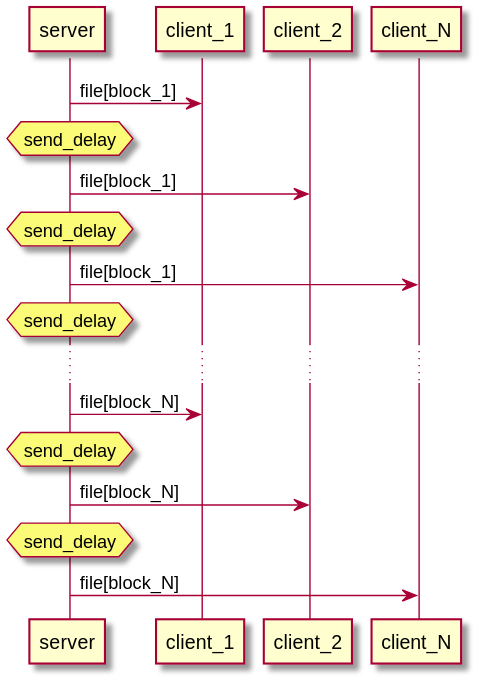
The PlantUML diagram tests/test_szp_meas_report/diagrams/main_test_sequence.svg in NielsDyrberg/szs_soundzone_protocol, before a commit.
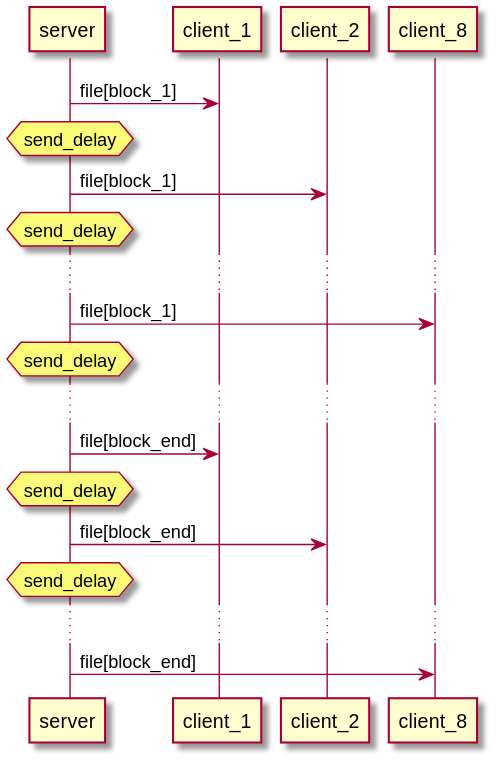
After the commit.

Change to the diagram source:
```diff
@@ -3,12 +3,14 @@
 hnote over server : send_delay
 server -> client_2: file[block_1]
 hnote over server : send_delay
-server -> client_N: file[block_1]
+...
+server -> client_8: file[block_1]
 hnote over server : send_delay
 ...
-server -> client_1: file[block_N]
+server -> client_1: file[block_end]
 hnote over server : send_delay
-server -> client_2: file[block_N]
+server -> client_2: file[block_end]
 hnote over server : send_delay
-server -> client_N: file[block_N]
+...
+server -> client_8: file[block_end]
 @enduml
```
